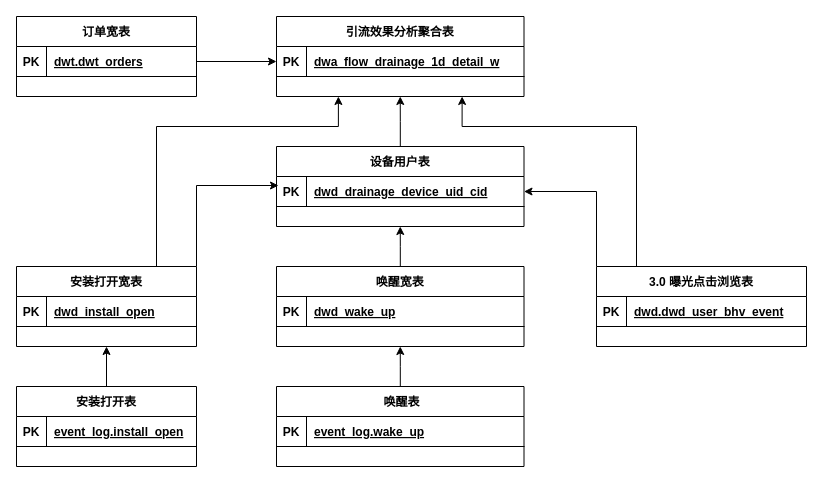
Before: m端引流需求.drawio in chuangehh/architecture_diagram, a draw.io diagram. Source tidied: cells renumbered, new cells numbered last; positions are measured from the earlier drawing's top-left corner, leaving out a move shared by most shapes. Both pictures are drawn from the tidied source at 100%, with x=0, y=0 at pixel (16, 16).
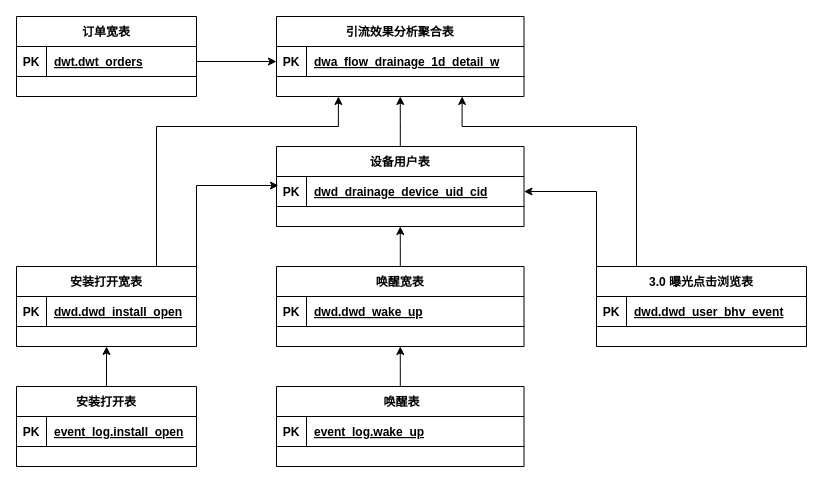
After the change.

Commit message (it also covers changes not shown here):
更新m端引流需求.drawio

Unchanged cells that the change refers to:
```xml
<mxCell id="15" style="shape=tableRow;horizontal=0;startSize=0;swimlaneHead=0;swimlaneBody=0;fillColor=none;top=0;left=0;right=0;bottom=1;" parent="14" vertex="1">
  <mxGeometry y="30" width="180" height="30" as="geometry" />
</mxCell>
<mxCell id="20" style="shape=tableRow;horizontal=0;startSize=0;swimlaneHead=0;swimlaneBody=0;fillColor=none;top=0;left=0;right=0;bottom=1;" parent="19" vertex="1">
  <mxGeometry y="30" width="247.5" height="30" as="geometry" />
</mxCell>
```

The edit, as a diff of the source:
```diff
@@
-    <mxCell id="17" value="dwd_install_open" style="shape=partialRectangle;fillColor=none;top=0;left=0;bottom=0;right=0;align=left;spacingLeft=6;fontStyle=5;overflow=hidden;" parent="15" vertex="1">
+    <mxCell id="17" value="dwd.dwd_install_open" style="shape=partialRectangle;fillColor=none;top=0;left=0;bottom=0;right=0;align=left;spacingLeft=6;fontStyle=5;overflow=hidden;" parent="15" vertex="1">
       <mxGeometry x="30" width="150" height="30" as="geometry" />
     </mxCell>
@@
-    <mxCell id="22" value="dwd_wake_up" style="shape=partialRectangle;fillColor=none;top=0;left=0;bottom=0;right=0;align=left;spacingLeft=6;fontStyle=5;overflow=hidden;" parent="20" vertex="1">
+    <mxCell id="22" value="dwd.dwd_wake_up" style="shape=partialRectangle;fillColor=none;top=0;left=0;bottom=0;right=0;align=left;spacingLeft=6;fontStyle=5;overflow=hidden;" parent="20" vertex="1">
       <mxGeometry x="30" width="217.5" height="30" as="geometry" />
     </mxCell>
```
